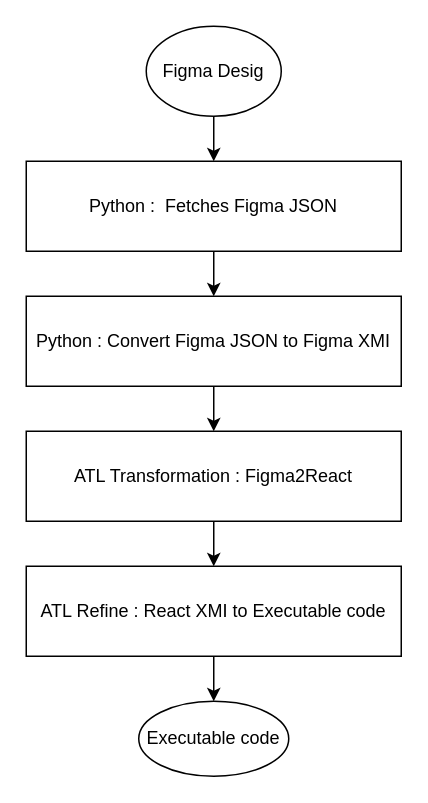
This is page "Page-3" (3 of 6) of images/Diagrams.drawio from Tomdieu/FigmaToReact, a draw.io file, before an edit. Source tidied: cells renumbered, new cells numbered last; positions are measured from the earlier drawing's top-left corner, leaving out a move shared by most shapes. Both pictures are drawn from the tidied source at 150%, with x=0, y=0 at pixel (26, 26).
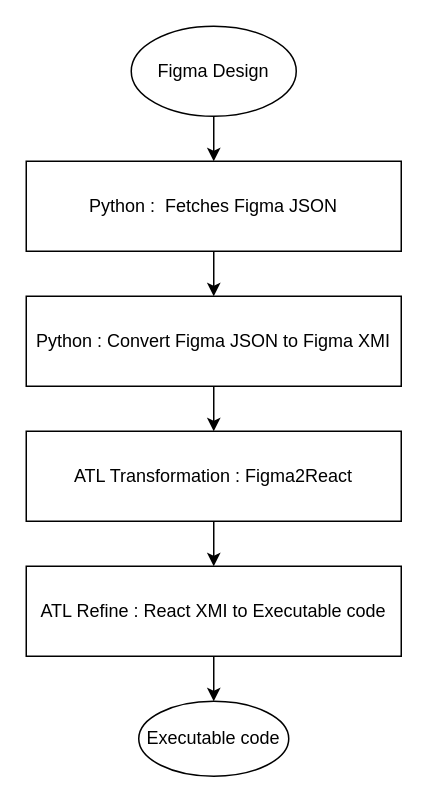
Above is the later version.

Diff of the diagram source:
```diff
@@
 <mxGraphModel>
   <root>
     <mxCell id="0" />
     <mxCell id="1" parent="0" />
     <mxCell id="2" value="Python :&amp;nbsp; Fetches Figma JSON" style="rounded=0;whiteSpace=wrap;html=1;" parent="1" vertex="1">
       <mxGeometry y="90" width="250" height="60" as="geometry" />
     </mxCell>
     <mxCell id="3" value="Python : Convert Figma JSON to Figma XMI" style="rounded=0;whiteSpace=wrap;html=1;" parent="1" vertex="1">
       <mxGeometry y="180" width="250" height="60" as="geometry" />
     </mxCell>
     <mxCell id="4" value="ATL Transformation : Figma2React" style="rounded=0;whiteSpace=wrap;html=1;" parent="1" vertex="1">
       <mxGeometry y="270" width="250" height="60" as="geometry" />
     </mxCell>
     <mxCell id="5" value="ATL Refine : React XMI to Executable code" style="rounded=0;whiteSpace=wrap;html=1;" parent="1" vertex="1">
       <mxGeometry y="360" width="250" height="60" as="geometry" />
     </mxCell>
     <mxCell id="6" style="endArrow=classic;html=1;rounded=0;" parent="1" edge="1" source="2" target="3">
       <mxGeometry relative="1" as="geometry" />
     </mxCell>
     <mxCell id="7" style="endArrow=classic;html=1;rounded=0;" parent="1" edge="1" source="3" target="4">
       <mxGeometry relative="1" as="geometry" />
     </mxCell>
     <mxCell id="8" style="endArrow=classic;html=1;rounded=0;" parent="1" edge="1" source="4" target="5">
       <mxGeometry relative="1" as="geometry" />
     </mxCell>
     <mxCell id="9" style="endArrow=classic;html=1;rounded=0;" parent="1" edge="1" source="12" target="2">
       <mxGeometry relative="1" as="geometry" />
     </mxCell>
     <mxCell id="10" style="endArrow=classic;html=1;rounded=0;" parent="1" edge="1" source="5" target="11">
       <mxGeometry relative="1" as="geometry" />
     </mxCell>
     <mxCell id="11" value="Executable code" style="ellipse;whiteSpace=wrap;html=1;" parent="1" vertex="1">
       <mxGeometry x="75" y="450" width="100" height="50" as="geometry" />
     </mxCell>
-    <mxCell id="12" value="Figma Desig" style="ellipse;whiteSpace=wrap;html=1;" parent="1" vertex="1">
-      <mxGeometry x="80" width="90" height="60" as="geometry" />
+    <mxCell id="12" value="Figma Design" style="ellipse;whiteSpace=wrap;html=1;" parent="1" vertex="1">
+      <mxGeometry x="70" width="110" height="60" as="geometry" />
     </mxCell>
   </root>
 </mxGraphModel>
```
